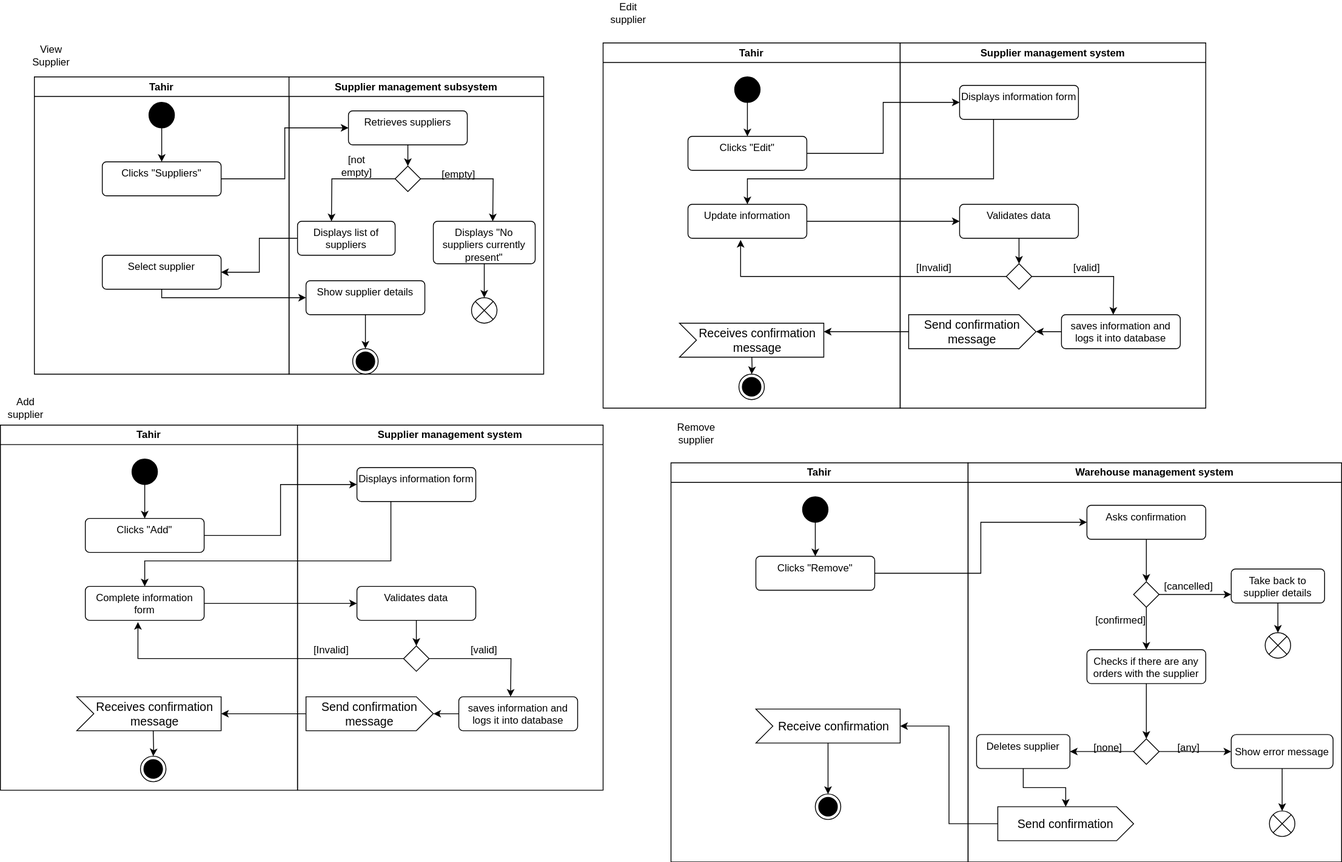
The draw.io diagram supplier_act.svg in Simamkele88/IFM3_GP, before a commit. Source tidied: cells renumbered, new cells last; positions are measured from the earlier drawing's top-left corner, leaving out a move shared by most shapes.
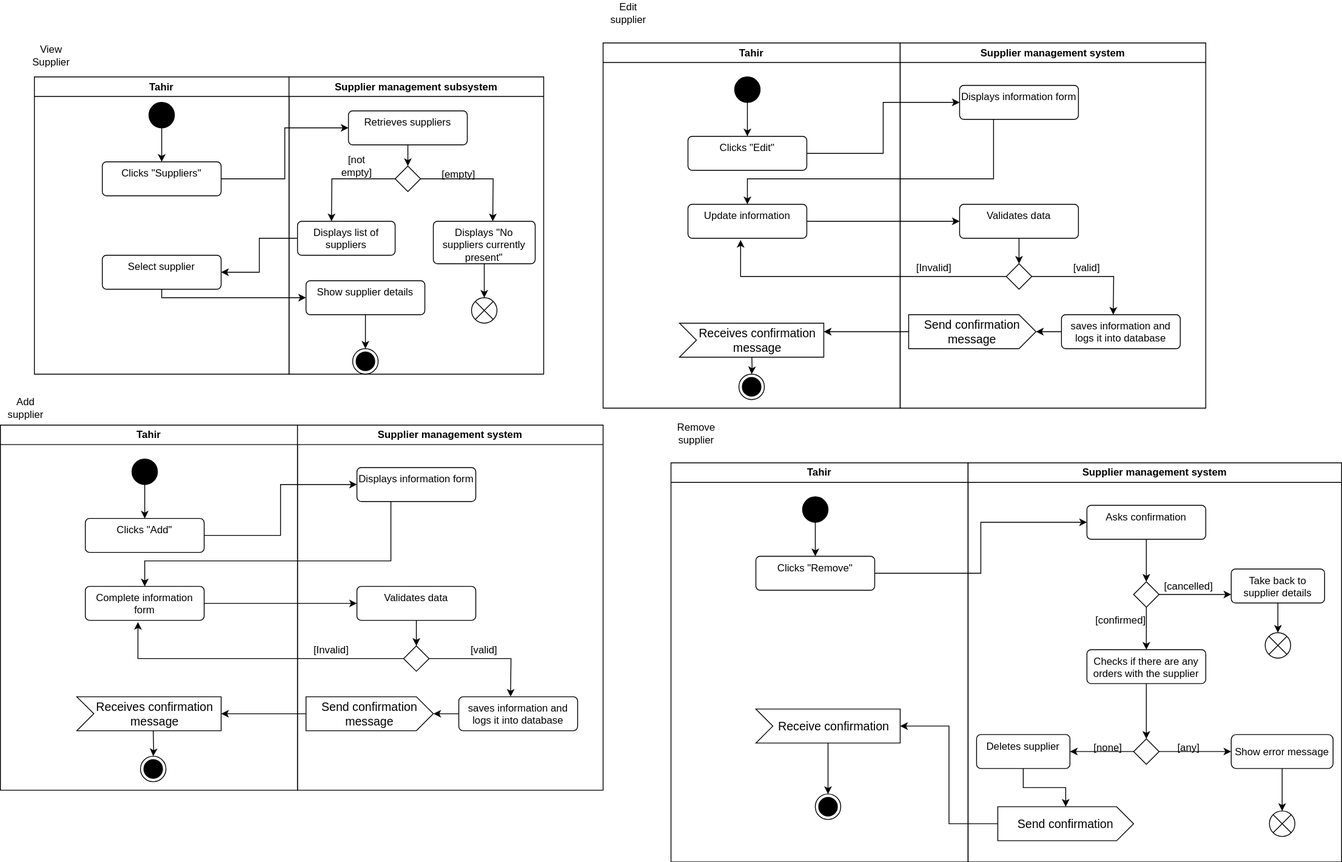
The same diagram one commit later.

The edit, as a diff of the source:
```diff
@@ -284,7 +284,7 @@
     <mxCell id="84" value="Receive confirmation" style="html=1;shape=mxgraph.infographic.ribbonSimple;notch1=20;notch2=0;align=center;verticalAlign=middle;fontSize=14;fontStyle=0;fillColor=#FFFFFF;flipH=0;spacingRight=0;spacingLeft=14;whiteSpace=wrap;" parent="78" vertex="1">
       <mxGeometry x="100" y="290" width="170" height="40" as="geometry" />
     </mxCell>
-    <mxCell id="85" value="Warehouse management system" style="swimlane;whiteSpace=wrap;html=1;" parent="1" vertex="1">
+    <mxCell id="85" value="Supplier management system" style="swimlane;whiteSpace=wrap;html=1;" parent="1" vertex="1">
       <mxGeometry x="1140" y="544.5" width="440" height="470" as="geometry" />
     </mxCell>
     <mxCell id="86" style="edgeStyle=orthogonalEdgeStyle;rounded=0;jettySize=auto;html=1;" parent="85" edge="1" source="87" target="90">
```
